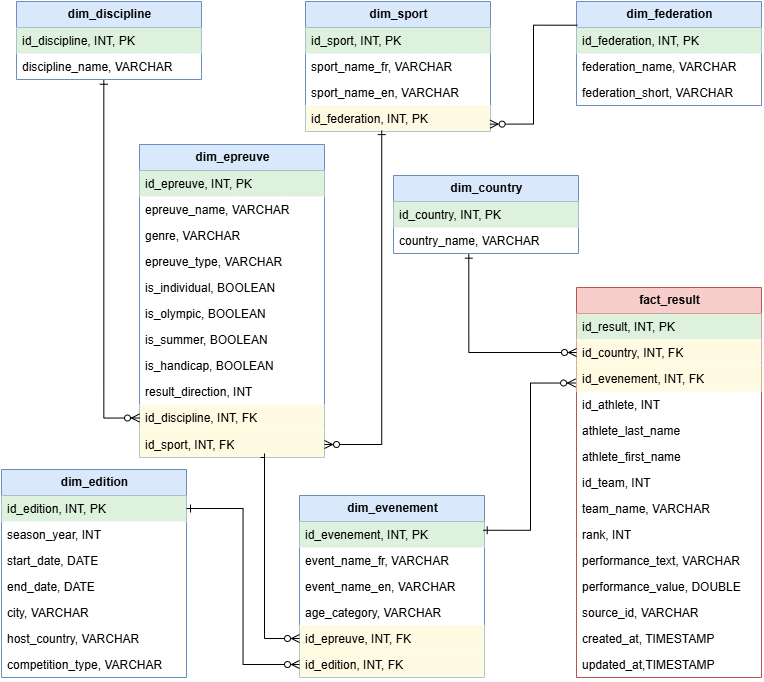
Before: docs/images/MERISE_MLD.png, a diagram exported from draw.io (Daria-data/stream-score-stack). Source tidied: cells renumbered, new cells last; positions are measured from the earlier drawing's top-left corner, leaving out a move shared by most shapes.
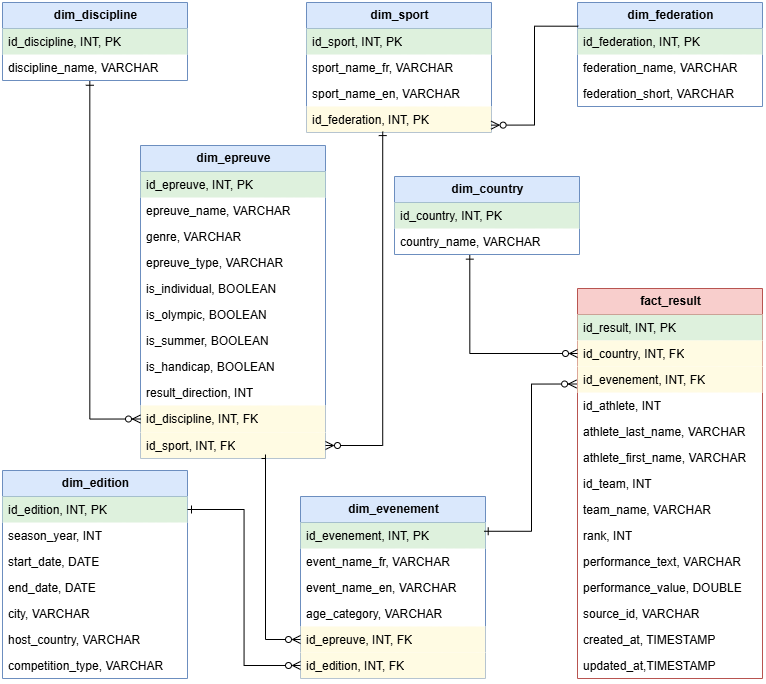
The same file after the commit.

Change to the diagram source:
```diff
@@ -30,7 +30,7 @@
       <mxGeometry y="104" width="185" height="26" as="geometry" />
     </mxCell>
     <mxCell id="11" value="&lt;b&gt;dim_discipline&lt;/b&gt;" style="swimlane;fontStyle=0;horizontal=1;startSize=26;fillColor=#dae8fc;html=1;strokeColor=#6c8ebf;" parent="1" vertex="1">
-      <mxGeometry x="15" width="185" height="78" as="geometry" />
+      <mxGeometry width="185" height="78" as="geometry" />
     </mxCell>
     <mxCell id="12" value="id_discipline, INT, PK" style="text;strokeColor=none;fillColor=#DEF1DD;align=left;verticalAlign=top;spacingLeft=4;spacingRight=4;overflow=hidden;whiteSpace=wrap;html=1;" parent="11" vertex="1">
       <mxGeometry y="26" width="185" height="26" as="geometry" />
@@ -143,10 +143,10 @@
     <mxCell id="48" value="id_athlete, INT" style="text;strokeColor=none;fillColor=none;align=left;verticalAlign=top;spacingLeft=4;spacingRight=4;overflow=hidden;whiteSpace=wrap;html=1;" parent="44" vertex="1">
       <mxGeometry y="104" width="185" height="26" as="geometry" />
     </mxCell>
-    <mxCell id="49" value="athlete_last_name" style="text;strokeColor=none;fillColor=none;align=left;verticalAlign=top;spacingLeft=4;spacingRight=4;overflow=hidden;whiteSpace=wrap;html=1;" parent="44" vertex="1">
+    <mxCell id="49" value="athlete_last_name, VARCHAR" style="text;strokeColor=none;fillColor=none;align=left;verticalAlign=top;spacingLeft=4;spacingRight=4;overflow=hidden;whiteSpace=wrap;html=1;" parent="44" vertex="1">
       <mxGeometry y="130" width="185" height="26" as="geometry" />
     </mxCell>
-    <mxCell id="50" value="athlete_first_name" style="text;strokeColor=none;fillColor=none;align=left;verticalAlign=top;spacingLeft=4;spacingRight=4;overflow=hidden;whiteSpace=wrap;html=1;" parent="44" vertex="1">
+    <mxCell id="50" value="athlete_first_name, VARCHAR" style="text;strokeColor=none;fillColor=none;align=left;verticalAlign=top;spacingLeft=4;spacingRight=4;overflow=hidden;whiteSpace=wrap;html=1;" parent="44" vertex="1">
       <mxGeometry y="156" width="185" height="26" as="geometry" />
     </mxCell>
     <mxCell id="51" value="id_team, INT" style="text;strokeColor=none;fillColor=none;align=left;verticalAlign=top;spacingLeft=4;spacingRight=4;overflow=hidden;whiteSpace=wrap;html=1;" parent="44" vertex="1">
```
